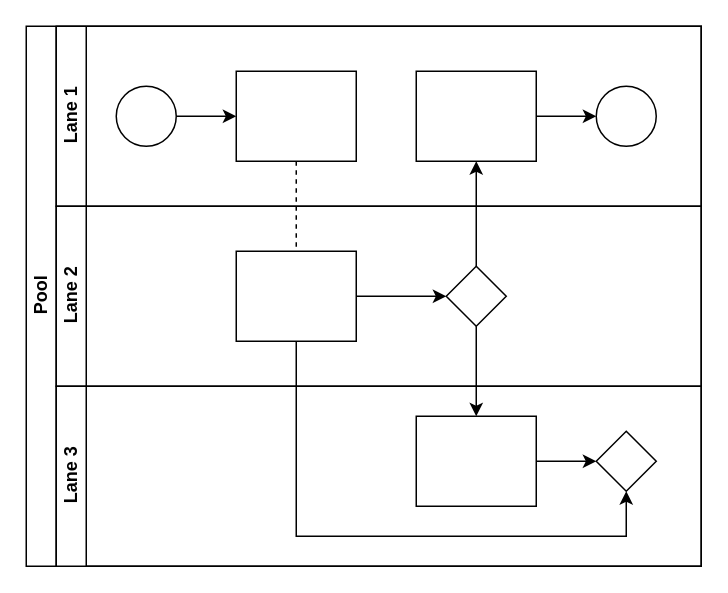
This is Untitled Diagram.drawio from gcarson1/Unity-Game-1, a draw.io file, before an edit. Source tidied: cells renumbered, new cells numbered last; positions are measured from the earlier drawing's top-left corner, leaving out a move shared by most shapes. Both pictures are drawn from the tidied source at 150%, with x=0, y=0 at pixel (26, 26).
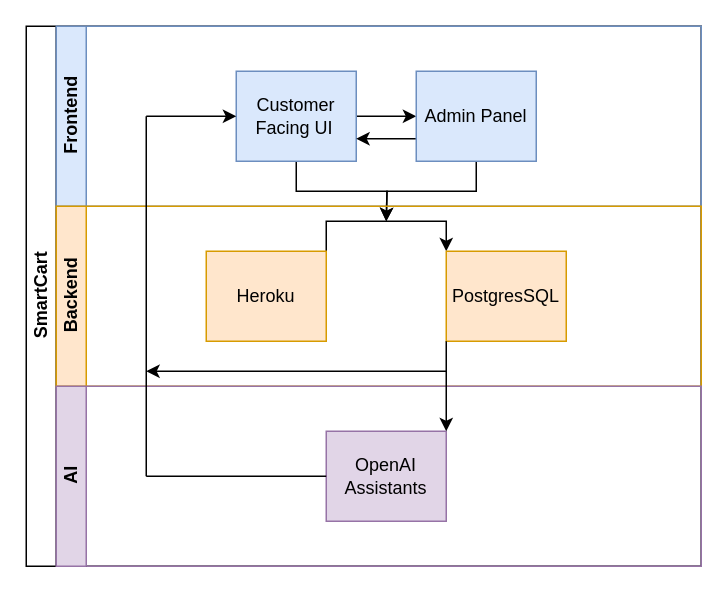
The same diagram, later.

Diff of the diagram source:
```diff
@@
-    <mxCell id="2" value="Pool" style="swimlane;html=1;horizontal=0;startSize=20;" parent="1" vertex="1">
+    <mxCell id="2" value="SmartCart" style="swimlane;html=1;horizontal=0;startSize=20;" parent="1" vertex="1">
       <mxGeometry width="450" height="360" as="geometry" />
     </mxCell>
-    <mxCell id="3" style="edgeStyle=orthogonalEdgeStyle;rounded=0;jettySize=auto;html=1;dashed=1;endArrow=none;endFill=0;" parent="2" edge="1" source="10" target="16">
-      <mxGeometry relative="1" as="geometry" />
-    </mxCell>
-    <mxCell id="4" style="edgeStyle=orthogonalEdgeStyle;rounded=0;jettySize=auto;html=1;endArrow=classic;endFill=1;" parent="2" edge="1" source="17" target="12">
-      <mxGeometry relative="1" as="geometry" />
-    </mxCell>
-    <mxCell id="5" style="edgeStyle=orthogonalEdgeStyle;rounded=0;jettySize=auto;html=1;endArrow=classic;endFill=1;" parent="2" edge="1" source="17" target="20">
-      <mxGeometry relative="1" as="geometry" />
-    </mxCell>
-    <mxCell id="6" style="edgeStyle=orthogonalEdgeStyle;rounded=0;jettySize=auto;html=1;endArrow=classic;endFill=1;" parent="2" edge="1" source="16" target="21">
-      <mxGeometry relative="1" as="geometry">
-        <Array as="points">
-          <mxPoint x="180" y="340" />
-          <mxPoint x="400" y="340" />
-        </Array>
-      </mxGeometry>
-    </mxCell>
-    <mxCell id="7" value="Lane 1" style="swimlane;html=1;startSize=20;horizontal=0;" parent="2" vertex="1">
+    <mxCell id="7" value="Frontend" style="swimlane;html=1;startSize=20;horizontal=0;fillColor=#dae8fc;strokeColor=#6c8ebf;" parent="2" vertex="1">
       <mxGeometry x="20" width="430" height="120" as="geometry" />
     </mxCell>
-    <mxCell id="8" style="edgeStyle=orthogonalEdgeStyle;rounded=0;jettySize=auto;html=1;" parent="7" edge="1" source="9" target="10">
-      <mxGeometry relative="1" as="geometry" />
-    </mxCell>
-    <mxCell id="9" style="ellipse;whiteSpace=wrap;html=1;" parent="7" vertex="1">
-      <mxGeometry x="40" y="40" width="40" height="40" as="geometry" />
-    </mxCell>
+    <mxCell id="22" style="edgeStyle=orthogonalEdgeStyle;rounded=0;jettySize=auto;html=1;exitX=1;exitY=0.5;exitDx=0;exitDy=0;entryX=0;entryY=0.5;entryDx=0;entryDy=0;" parent="7" edge="1" source="10" target="12">
+      <mxGeometry relative="1" as="geometry" />
+    </mxCell>
+    <mxCell id="23" style="edgeStyle=orthogonalEdgeStyle;rounded=0;jettySize=auto;html=1;exitX=0.5;exitY=1;exitDx=0;exitDy=0;" parent="7" edge="1" source="10">
+      <mxGeometry relative="1" as="geometry">
+        <mxPoint x="220" y="130" as="targetPoint" />
+      </mxGeometry>
+    </mxCell>
-    <mxCell id="10" style="rounded=0;whiteSpace=wrap;html=1;fontFamily=Helvetica;fontSize=12;fontColor=#000000;align=center;" parent="7" vertex="1">
+    <mxCell id="10" value="Customer Facing UI&lt;span style=&quot;white-space: pre;&quot;&gt;&#9;&lt;/span&gt;" style="rounded=0;whiteSpace=wrap;html=1;fontFamily=Helvetica;fontSize=12;align=center;fillColor=#dae8fc;strokeColor=#6c8ebf;" parent="7" vertex="1">
       <mxGeometry x="120" y="30" width="80" height="60" as="geometry" />
     </mxCell>
-    <mxCell id="11" style="edgeStyle=orthogonalEdgeStyle;rounded=0;jettySize=auto;html=1;endArrow=classic;endFill=1;" parent="7" edge="1" source="12" target="13">
-      <mxGeometry relative="1" as="geometry" />
-    </mxCell>
+    <mxCell id="24" style="edgeStyle=orthogonalEdgeStyle;rounded=0;jettySize=auto;html=1;exitX=0;exitY=0.75;exitDx=0;exitDy=0;entryX=1;entryY=0.75;entryDx=0;entryDy=0;" parent="7" edge="1" source="12" target="10">
+      <mxGeometry relative="1" as="geometry" />
+    </mxCell>
+    <mxCell id="25" style="edgeStyle=orthogonalEdgeStyle;rounded=0;jettySize=auto;html=1;exitX=0.5;exitY=1;exitDx=0;exitDy=0;" parent="7" edge="1" source="12">
+      <mxGeometry relative="1" as="geometry">
+        <mxPoint x="220" y="130" as="targetPoint" />
+      </mxGeometry>
+    </mxCell>
-    <mxCell id="12" style="rounded=0;whiteSpace=wrap;html=1;fontFamily=Helvetica;fontSize=12;fontColor=#000000;align=center;" parent="7" vertex="1">
+    <mxCell id="12" value="Admin Panel" style="rounded=0;whiteSpace=wrap;html=1;fontFamily=Helvetica;fontSize=12;align=center;fillColor=#dae8fc;strokeColor=#6c8ebf;" parent="7" vertex="1">
       <mxGeometry x="240" y="30" width="80" height="60" as="geometry" />
     </mxCell>
-    <mxCell id="13" style="ellipse;whiteSpace=wrap;html=1;" parent="7" vertex="1">
-      <mxGeometry x="360" y="40" width="40" height="40" as="geometry" />
-    </mxCell>
-    <mxCell id="14" value="Lane 2" style="swimlane;html=1;startSize=20;horizontal=0;" parent="2" vertex="1">
+    <mxCell id="14" value="Backend" style="swimlane;html=1;startSize=20;horizontal=0;fillColor=#ffe6cc;strokeColor=#d79b00;" parent="2" vertex="1">
       <mxGeometry x="20" y="120" width="430" height="120" as="geometry" />
     </mxCell>
-    <mxCell id="15" style="edgeStyle=orthogonalEdgeStyle;rounded=0;jettySize=auto;html=1;endArrow=classic;endFill=1;" parent="14" edge="1" source="16" target="17">
-      <mxGeometry relative="1" as="geometry" />
-    </mxCell>
+    <mxCell id="26" style="edgeStyle=orthogonalEdgeStyle;rounded=0;jettySize=auto;html=1;exitX=1;exitY=0;exitDx=0;exitDy=0;entryX=0;entryY=0;entryDx=0;entryDy=0;" parent="14" edge="1" source="16" target="27">
+      <mxGeometry relative="1" as="geometry" />
+    </mxCell>
-    <mxCell id="16" style="rounded=0;whiteSpace=wrap;html=1;fontFamily=Helvetica;fontSize=12;fontColor=#000000;align=center;" parent="14" vertex="1">
-      <mxGeometry x="120" y="30" width="80" height="60" as="geometry" />
+    <mxCell id="16" value="Heroku" style="rounded=0;whiteSpace=wrap;html=1;fontFamily=Helvetica;fontSize=12;align=center;fillColor=#ffe6cc;strokeColor=#d79b00;" parent="14" vertex="1">
+      <mxGeometry x="100" y="30" width="80" height="60" as="geometry" />
     </mxCell>
-    <mxCell id="17" style="rhombus;whiteSpace=wrap;html=1;fontFamily=Helvetica;fontSize=12;fontColor=#000000;align=center;" parent="14" vertex="1">
-      <mxGeometry x="260" y="40" width="40" height="40" as="geometry" />
-    </mxCell>
+    <mxCell id="27" value="PostgresSQL" style="rounded=0;whiteSpace=wrap;html=1;fontFamily=Helvetica;fontSize=12;align=center;fillColor=#ffe6cc;strokeColor=#d79b00;" parent="14" vertex="1">
+      <mxGeometry x="260" y="30" width="80" height="60" as="geometry" />
+    </mxCell>
-    <mxCell id="18" value="Lane 3" style="swimlane;html=1;startSize=20;horizontal=0;" parent="2" vertex="1">
+    <mxCell id="18" value="AI" style="swimlane;html=1;startSize=20;horizontal=0;fillColor=#e1d5e7;strokeColor=#9673a6;" parent="2" vertex="1">
       <mxGeometry x="20" y="240" width="430" height="120" as="geometry" />
     </mxCell>
-    <mxCell id="19" style="edgeStyle=orthogonalEdgeStyle;rounded=0;jettySize=auto;html=1;endArrow=classic;endFill=1;" parent="18" edge="1" source="20" target="21">
-      <mxGeometry relative="1" as="geometry" />
-    </mxCell>
-    <mxCell id="20" style="rounded=0;whiteSpace=wrap;html=1;fontFamily=Helvetica;fontSize=12;fontColor=#000000;align=center;" parent="18" vertex="1">
-      <mxGeometry x="240" y="20" width="80" height="60" as="geometry" />
+    <mxCell id="20" value="OpenAI Assistants" style="rounded=0;whiteSpace=wrap;html=1;fontFamily=Helvetica;fontSize=12;align=center;fillColor=#e1d5e7;strokeColor=#9673a6;" parent="18" vertex="1">
+      <mxGeometry x="180" y="30" width="80" height="60" as="geometry" />
     </mxCell>
-    <mxCell id="21" style="rhombus;whiteSpace=wrap;html=1;fontFamily=Helvetica;fontSize=12;fontColor=#000000;align=center;" parent="18" vertex="1">
-      <mxGeometry x="360" y="30" width="40" height="40" as="geometry" />
-    </mxCell>
+    <mxCell id="28" style="edgeStyle=orthogonalEdgeStyle;rounded=0;jettySize=auto;html=1;exitX=0;exitY=1;exitDx=0;exitDy=0;entryX=1;entryY=0;entryDx=0;entryDy=0;" parent="2" edge="1" source="27" target="20">
+      <mxGeometry relative="1" as="geometry" />
+    </mxCell>
+    <mxCell id="29" style="endArrow=none;html=1;rounded=0;exitX=0;exitY=0.5;exitDx=0;exitDy=0;" parent="1" edge="1" source="20">
+      <mxGeometry relative="1" as="geometry">
+        <mxPoint x="80" y="300" as="targetPoint" />
+      </mxGeometry>
+    </mxCell>
+    <mxCell id="30" style="endArrow=none;html=1;rounded=0;" parent="1" edge="1">
+      <mxGeometry relative="1" as="geometry">
+        <mxPoint x="80" y="300" as="sourcePoint" />
+        <mxPoint x="80" y="60" as="targetPoint" />
+      </mxGeometry>
+    </mxCell>
+    <mxCell id="31" style="endArrow=classic;html=1;rounded=0;entryX=0;entryY=0.5;entryDx=0;entryDy=0;" parent="1" edge="1" target="10">
+      <mxGeometry relative="1" as="geometry">
+        <mxPoint x="80" y="60" as="sourcePoint" />
+      </mxGeometry>
+    </mxCell>
+    <mxCell id="32" style="endArrow=classic;html=1;rounded=0;" parent="1" edge="1">
+      <mxGeometry relative="1" as="geometry">
+        <mxPoint x="280" y="230" as="sourcePoint" />
+        <mxPoint x="80" y="230" as="targetPoint" />
+      </mxGeometry>
+    </mxCell>
```
